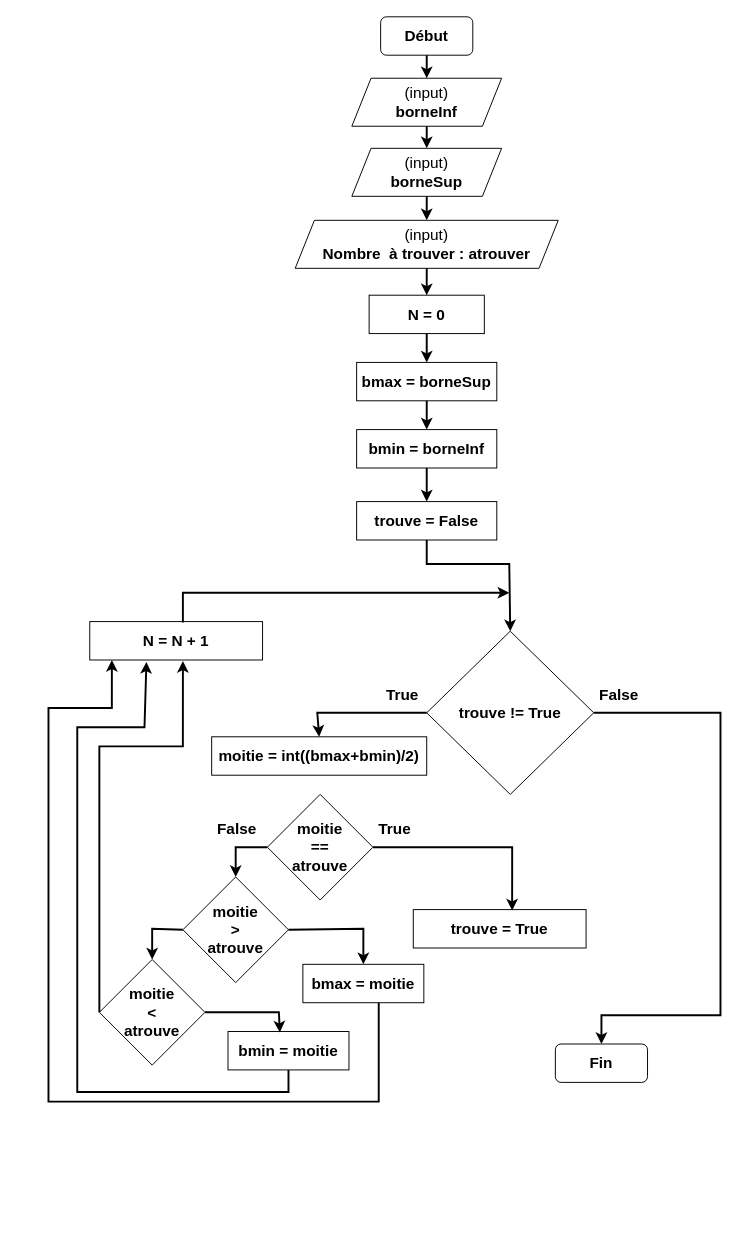
This is 2M/prog/complexite/algorigrammes/RechercheDichotomique.drawio from vkeller/modulo-gybe, a draw.io file, before an edit. Source tidied: cells renumbered, new cells numbered last; positions are measured from the earlier drawing's top-left corner, leaving out a move shared by most shapes. Both pictures are drawn from the tidied source at 96%, with x=0, y=0 at pixel (48, 16).
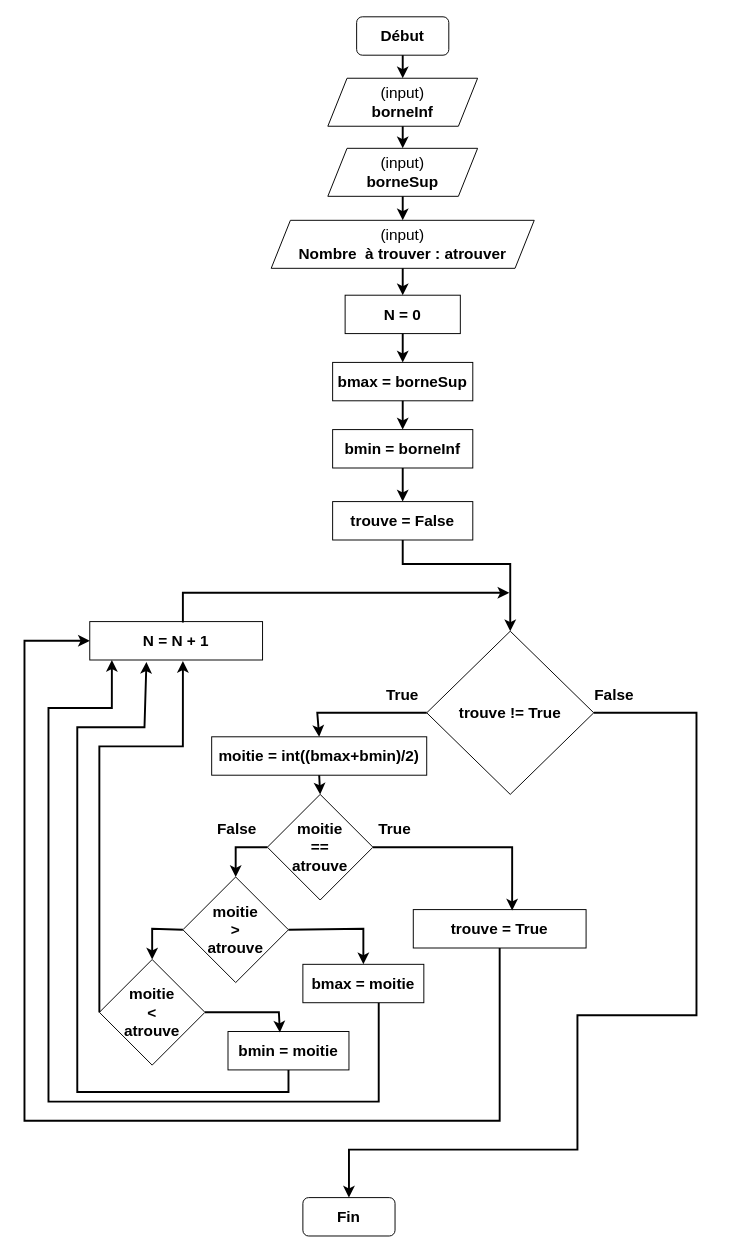
The same diagram, later.

Commit message (it also covers changes not shown here):
modif recherche dicho algorigramme

The change refers to these unchanged cells:
```xml
<mxCell id="14" value="&lt;b&gt;trouve != True&lt;/b&gt;" style="rhombus;whiteSpace=wrap;html=1;fontSize=16;" parent="1" vertex="1">
  <mxGeometry x="394" y="640" width="174" height="170" as="geometry" />
</mxCell>
<mxCell id="15" value="&lt;b&gt;moitie &lt;br&gt;== &lt;br&gt;atrouve&lt;/b&gt;" style="rhombus;whiteSpace=wrap;html=1;fontSize=16;" parent="1" vertex="1">
  <mxGeometry x="228" y="810" width="110" height="110" as="geometry" />
</mxCell>
<mxCell id="16" value="&lt;b&gt;N = N + 1&lt;/b&gt;" style="rounded=0;whiteSpace=wrap;html=1;fontSize=16;" parent="1" vertex="1">
  <mxGeometry x="43" y="630" width="180" height="40" as="geometry" />
</mxCell>
<mxCell id="18" value="&lt;b&gt;trouve = True&lt;/b&gt;" style="rounded=0;whiteSpace=wrap;html=1;fontSize=16;" parent="1" vertex="1">
  <mxGeometry x="380" y="930" width="180" height="40" as="geometry" />
</mxCell>
<mxCell id="30" value="&lt;b&gt;moitie = int((bmax+bmin)/2)&lt;/b&gt;" style="rounded=0;whiteSpace=wrap;html=1;fontSize=16;" parent="1" vertex="1">
  <mxGeometry x="170" y="750" width="224" height="40" as="geometry" />
</mxCell>
```

Change to the diagram source:
```diff
@@
     <mxCell id="2" value="&lt;font style=&quot;font-size: 16px;&quot;&gt;&lt;b&gt;Début&lt;/b&gt;&lt;/font&gt;" style="rounded=1;whiteSpace=wrap;html=1;" parent="1" vertex="1">
-      <mxGeometry x="346" width="96" height="40" as="geometry" />
+      <mxGeometry x="321" width="96" height="40" as="geometry" />
     </mxCell>
     <mxCell id="3" value="(input)&lt;br&gt;&lt;b&gt;borneInf&lt;/b&gt;" style="shape=parallelogram;perimeter=parallelogramPerimeter;whiteSpace=wrap;html=1;fixedSize=1;fontSize=16;" parent="1" vertex="1">
-      <mxGeometry x="316" y="64" width="156" height="50" as="geometry" />
+      <mxGeometry x="291" y="64" width="156" height="50" as="geometry" />
     </mxCell>
     <mxCell id="4" value="(input)&lt;br&gt;&lt;b&gt;borneSup&lt;/b&gt;" style="shape=parallelogram;perimeter=parallelogramPerimeter;whiteSpace=wrap;html=1;fixedSize=1;fontSize=16;" parent="1" vertex="1">
-      <mxGeometry x="316" y="137" width="156" height="50" as="geometry" />
+      <mxGeometry x="291" y="137" width="156" height="50" as="geometry" />
     </mxCell>
     <mxCell id="5" value="(input)&lt;br&gt;&lt;b&gt;Nombre&amp;nbsp; à trouver : atrouver&lt;/b&gt;" style="shape=parallelogram;perimeter=parallelogramPerimeter;whiteSpace=wrap;html=1;fixedSize=1;fontSize=16;" parent="1" vertex="1">
-      <mxGeometry x="257" y="212" width="274" height="50" as="geometry" />
+      <mxGeometry x="232" y="212" width="274" height="50" as="geometry" />
     </mxCell>
     <mxCell id="6" value="&lt;b&gt;N = 0&lt;/b&gt;" style="rounded=0;whiteSpace=wrap;html=1;fontSize=16;" parent="1" vertex="1">
-      <mxGeometry x="334" y="290" width="120" height="40" as="geometry" />
+      <mxGeometry x="309" y="290" width="120" height="40" as="geometry" />
     </mxCell>
     <mxCell id="7" value="&lt;b&gt;bmin = borneInf&lt;/b&gt;" style="rounded=0;whiteSpace=wrap;html=1;fontSize=16;" parent="1" vertex="1">
-      <mxGeometry x="321" y="430" width="146" height="40" as="geometry" />
+      <mxGeometry x="296" y="430" width="146" height="40" as="geometry" />
     </mxCell>
@@
     <mxCell id="12" value="&lt;b&gt;trouve = False&lt;/b&gt;" style="rounded=0;whiteSpace=wrap;html=1;fontSize=16;" parent="1" vertex="1">
-      <mxGeometry x="321" y="505" width="146" height="40" as="geometry" />
+      <mxGeometry x="296" y="505" width="146" height="40" as="geometry" />
     </mxCell>
@@
     <mxCell id="17" value="&lt;font style=&quot;font-size: 16px;&quot;&gt;&lt;b&gt;Fin&lt;/b&gt;&lt;/font&gt;" style="rounded=1;whiteSpace=wrap;html=1;" parent="1" vertex="1">
-      <mxGeometry x="528" y="1070" width="96" height="40" as="geometry" />
+      <mxGeometry x="265" y="1230" width="96" height="40" as="geometry" />
     </mxCell>
@@
     <mxCell id="19" style="endArrow=classic;html=1;rounded=0;strokeWidth=2;fontSize=16;exitX=0.5;exitY=1;exitDx=0;exitDy=0;entryX=0.5;entryY=0;entryDx=0;entryDy=0;" parent="1" edge="1" source="12" target="14">
       <mxGeometry relative="1" as="geometry">
         <Array as="points">
-          <mxPoint x="394" y="570" />
-          <mxPoint x="480" y="570" />
+          <mxPoint x="369" y="570" />
+          <mxPoint x="481" y="570" />
         </Array>
       </mxGeometry>
     </mxCell>
@@
     <mxCell id="21" style="endArrow=classic;html=1;rounded=0;strokeWidth=2;fontSize=16;exitX=1;exitY=0.5;exitDx=0;exitDy=0;entryX=0.5;entryY=0;entryDx=0;entryDy=0;" parent="1" edge="1" source="14" target="17">
       <mxGeometry relative="1" as="geometry">
         <Array as="points">
-          <mxPoint x="700" y="725" />
-          <mxPoint x="700" y="1040" />
-          <mxPoint x="576" y="1040" />
+          <mxPoint x="675" y="725" />
+          <mxPoint x="675" y="1040" />
+          <mxPoint x="551" y="1040" />
+          <mxPoint x="551" y="1180" />
+          <mxPoint x="313" y="1180" />
         </Array>
       </mxGeometry>
     </mxCell>
@@
     <mxCell id="26" value="False" style="text;strokeColor=none;fillColor=none;align=left;verticalAlign=middle;spacingLeft=4;spacingRight=4;overflow=hidden;fontSize=16;fontStyle=1;" parent="1" vertex="1">
-      <mxGeometry x="568" y="690" width="80" height="30" as="geometry" />
+      <mxGeometry x="563" y="690" width="80" height="30" as="geometry" />
     </mxCell>
     <mxCell id="27" value="&lt;b&gt;bmax = borneSup&lt;/b&gt;" style="rounded=0;whiteSpace=wrap;html=1;fontSize=16;" parent="1" vertex="1">
-      <mxGeometry x="321" y="360" width="146" height="40" as="geometry" />
+      <mxGeometry x="296" y="360" width="146" height="40" as="geometry" />
     </mxCell>
@@
+    <mxCell id="43" style="endArrow=classic;html=1;rounded=0;strokeWidth=2;fontSize=16;entryX=0.5;entryY=0;entryDx=0;entryDy=0;exitX=0.5;exitY=1;exitDx=0;exitDy=0;" parent="1" edge="1" source="30" target="15">
+      <mxGeometry relative="1" as="geometry" />
+    </mxCell>
+    <mxCell id="44" style="endArrow=classic;html=1;rounded=0;strokeWidth=2;fontSize=16;exitX=0.5;exitY=1;exitDx=0;exitDy=0;entryX=0;entryY=0.5;entryDx=0;entryDy=0;" parent="1" edge="1" source="18" target="16">
+      <mxGeometry relative="1" as="geometry">
+        <Array as="points">
+          <mxPoint x="470" y="1150" />
+          <mxPoint x="-25" y="1150" />
+          <mxPoint x="-25" y="650" />
+        </Array>
+      </mxGeometry>
+    </mxCell>
```
